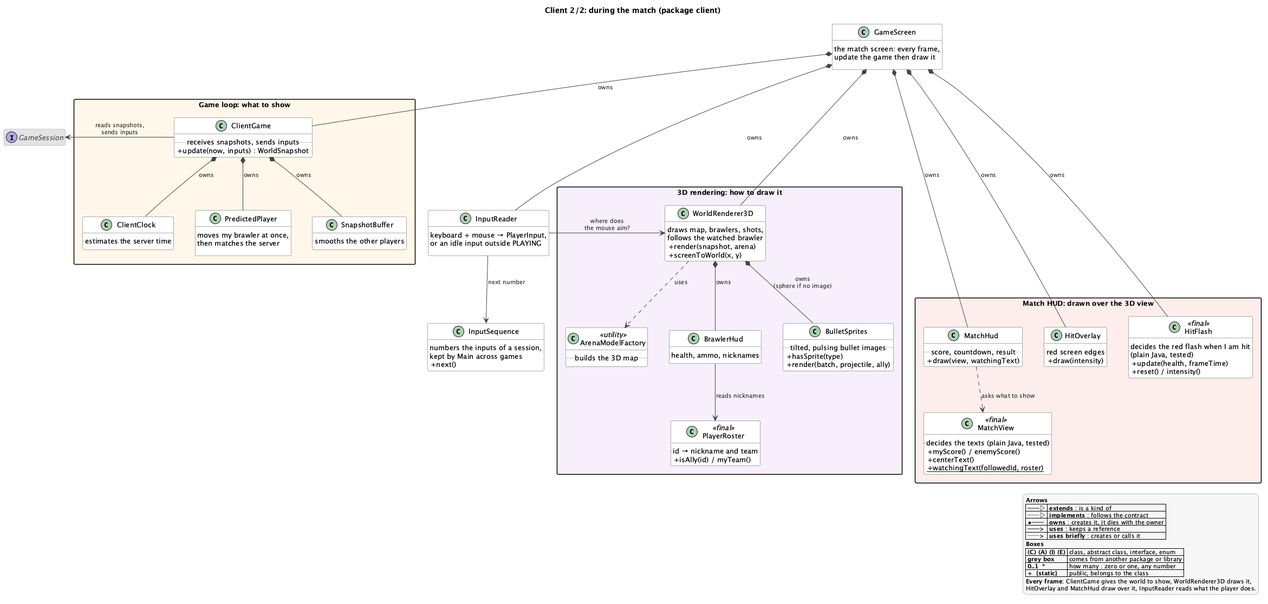
Before: docs/uml/client-game.png, a diagram exported from PlantUML (louispouillet/2dgame).
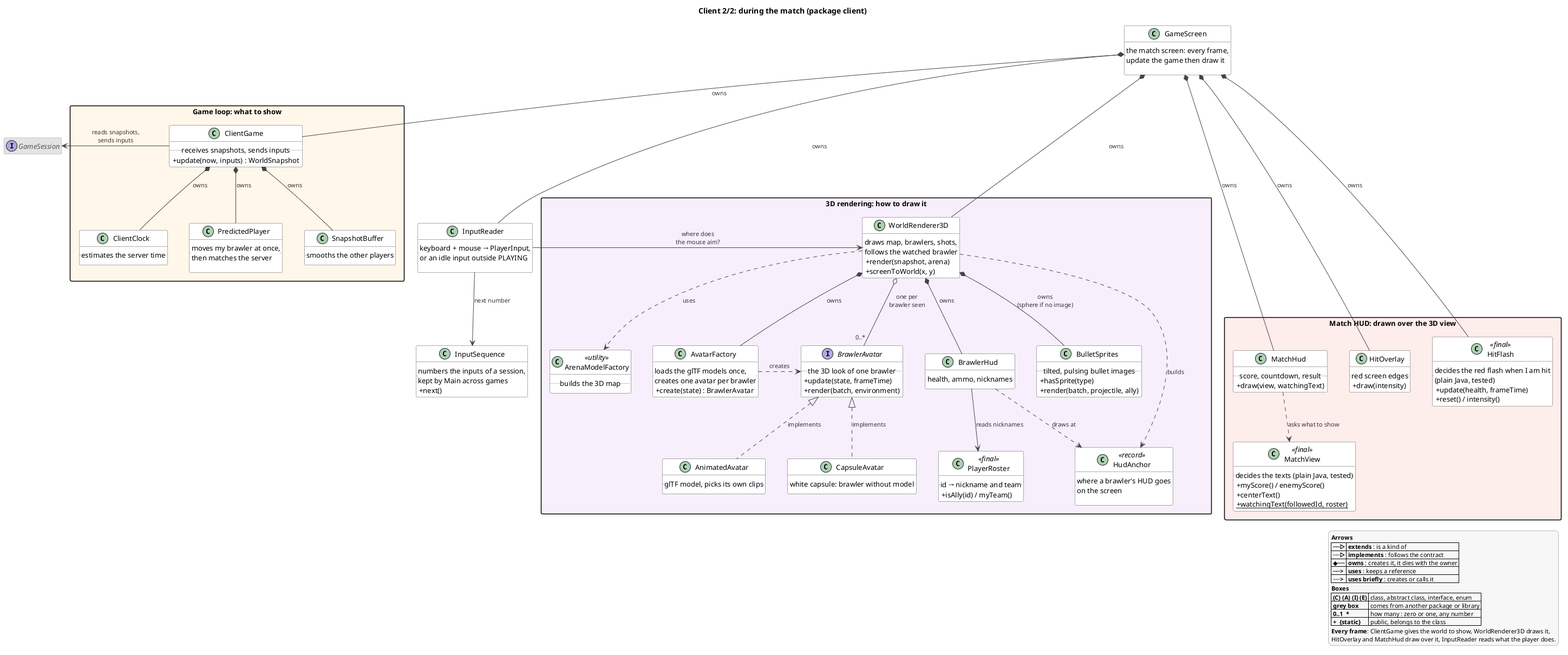
The same file after the commit.

Commit message:
docs(uml): add the missing client classes to the client diagrams

The edit, as a diff of the source:
```diff
@@ -52,6 +52,24 @@
     class ArenaModelFactory <<utility>> {
         .. builds the 3D map ..
     }
+    class HudAnchor <<record>> {
+        .. where a brawler's HUD goes\non the screen ..
+    }
+    class AvatarFactory {
+        .. loads the glTF models once,\ncreates one avatar per brawler ..
+        + create(state) : BrawlerAvatar
+    }
+    interface BrawlerAvatar {
+        .. the 3D look of one brawler ..
+        + update(state, frameTime)
+        + render(batch, environment)
+    }
+    class AnimatedAvatar {
+        .. glTF model, picks its own clips ..
+    }
+    class CapsuleAvatar {
+        .. white capsule: brawler without model ..
+    }
 }
 
 package "Match HUD: drawn over the 3D view" #FDECEA {
@@ -96,6 +114,13 @@
 InputReader -down-> InputSequence : next number
 
 WorldRenderer3D *-down- BrawlerHud : owns
+WorldRenderer3D *-down- AvatarFactory : owns
+WorldRenderer3D o-down- "0..*" BrawlerAvatar : one per\nbrawler seen
+AvatarFactory .right.> BrawlerAvatar : creates
+BrawlerAvatar <|.down. AnimatedAvatar : implements
+BrawlerAvatar <|.down. CapsuleAvatar : implements
+WorldRenderer3D .down.> HudAnchor : builds
+BrawlerHud .down.> HudAnchor : draws at
 WorldRenderer3D .down.> ArenaModelFactory : uses
 WorldRenderer3D *-down- BulletSprites : owns\n(sphere if no image)
 BrawlerHud -down-> PlayerRoster : reads nicknames
```
